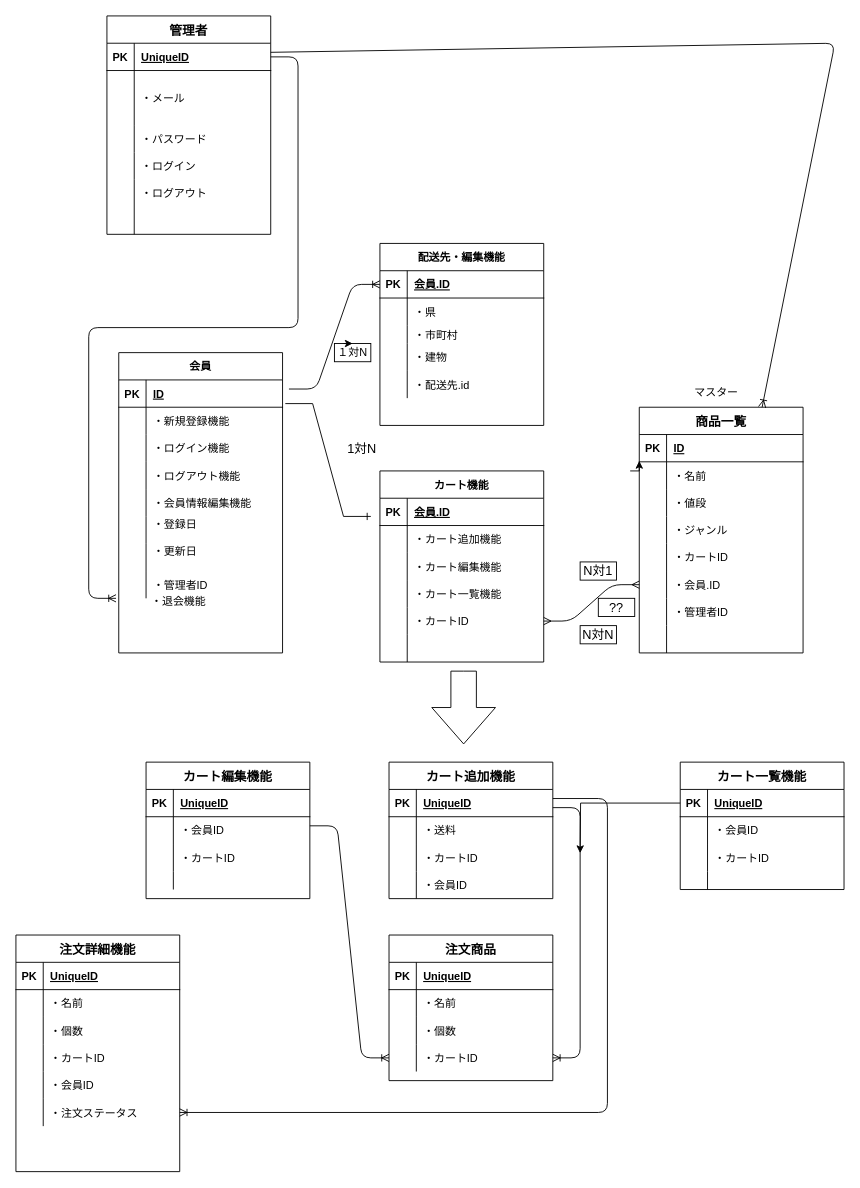
74905/bookers1_debug_app keeps this draw.io diagram as Untitled Diagram.drawio. Above is the earlier version. Source tidied: cells renumbered, new cells numbered last; positions are measured from the earlier drawing's top-left corner, leaving out a move shared by most shapes. Both pictures are drawn from the tidied source at 91%, with x=0, y=0 at pixel (15, 15).
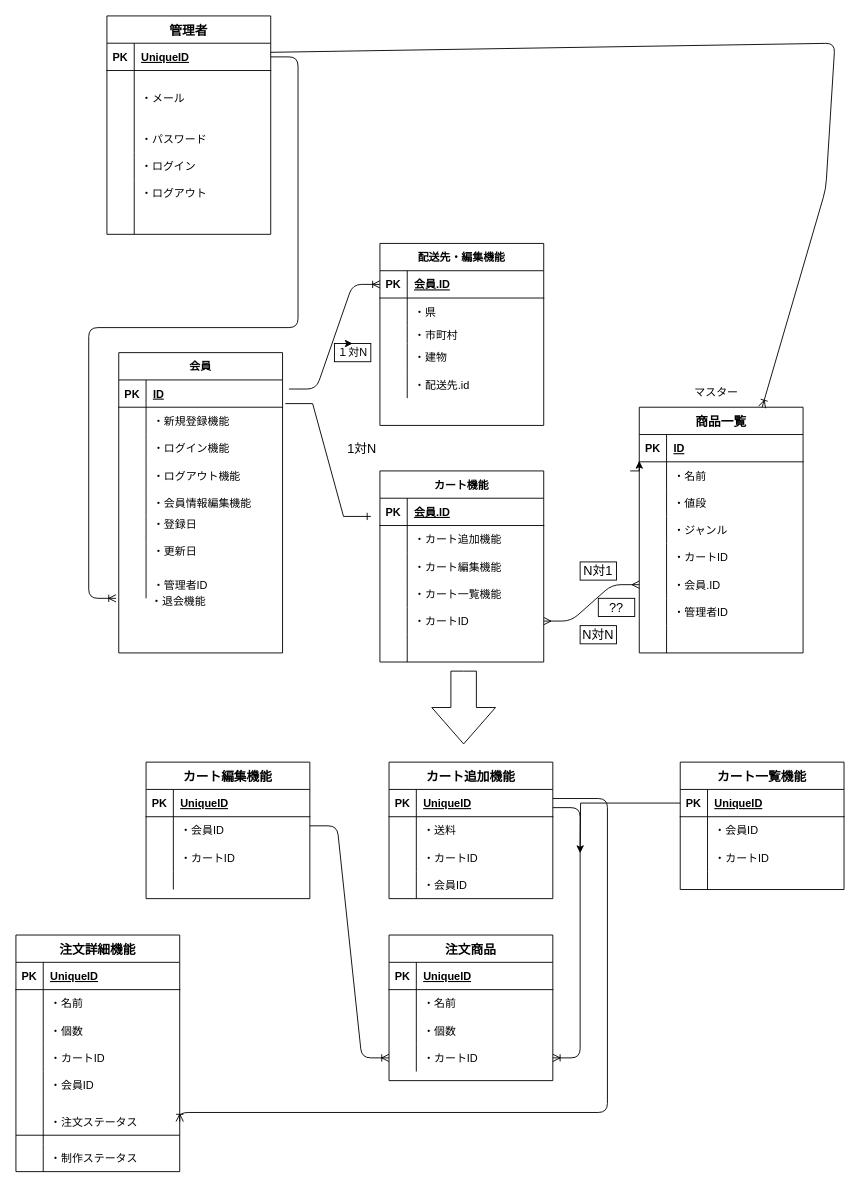
The same page after the edit.

Commit message (it also covers changes not shown here):
Untitled Diagram.drawio を更新します

The change refers to these unchanged cells:
```xml
<mxCell id="67" value="商品一覧" style="shape=table;startSize=30;childLayout=tableLayout;rowLines=0;fontStyle=1;align=center;labelBackgroundColor=none;strokeColor=#000000;strokeWidth=1;fillColor=#ffffff;fontSize=14;" parent="1" vertex="1">
  <mxGeometry x="685" y="430" width="180" height="270" as="geometry" />
</mxCell>
<mxCell id="176" value="注文詳細機能" style="shape=table;startSize=30;childLayout=tableLayout;rowLines=0;fontStyle=1;align=center;labelBackgroundColor=none;strokeColor=#000000;strokeWidth=1;fillColor=#ffffff;fontSize=14;" parent="1" vertex="1">
  <mxGeometry y="1010" width="180" height="260" as="geometry" />
</mxCell>
```

Change to the diagram source:
```diff
@@
     <mxCell id="175" style="fontSize=12;html=1;endArrow=ERoneToMany;entryX=0.75;entryY=0;entryDx=0;entryDy=0;" parent="1" edge="1" target="67">
       <mxGeometry relative="1" as="geometry">
         <mxPoint x="280" y="40" as="sourcePoint" />
         <Array as="points">
           <mxPoint x="900" y="30" />
+          <mxPoint x="890" y="190" />
         </Array>
       </mxGeometry>
     </mxCell>
@@
     <mxCell id="192" style="shape=partialRectangle;fillColor=none;top=0;left=0;bottom=0;right=0;points=[[0,0.5],[1,0.5]];portConstraint=eastwest;labelBackgroundColor=none;strokeColor=#000000;strokeWidth=1;fontSize=14;" parent="176" vertex="1">
-      <mxGeometry y="180" width="180" height="30" as="geometry" />
+      <mxGeometry y="180" width="180" height="50" as="geometry" />
     </mxCell>
     <mxCell id="193" style="shape=partialRectangle;fillColor=none;top=0;left=0;bottom=0;right=0;overflow=hidden;" parent="192" vertex="1">
-      <mxGeometry width="30" height="30" as="geometry" />
+      <mxGeometry width="30" height="50" as="geometry" />
     </mxCell>
     <mxCell id="194" value="・注文ステータス" style="shape=partialRectangle;fillColor=none;top=0;left=0;bottom=0;right=0;align=left;spacingLeft=6;overflow=hidden;" parent="192" vertex="1">
-      <mxGeometry x="30" width="150" height="30" as="geometry" />
+      <mxGeometry x="30" width="150" height="50" as="geometry" />
     </mxCell>
+    <mxCell id="196" style="shape=partialRectangle;fillColor=none;top=0;left=0;bottom=0;right=0;labelBackgroundColor=none;strokeColor=#000000;strokeWidth=1;fontSize=14;" parent="176" vertex="1">
+      <mxGeometry y="230" width="180" height="30" as="geometry" />
+    </mxCell>
+    <mxCell id="197" style="shape=partialRectangle;fillColor=none;top=0;left=0;bottom=0;right=0;overflow=hidden;" parent="196" vertex="1">
+      <mxGeometry width="30" height="30" as="geometry" />
+    </mxCell>
+    <mxCell id="198" value="・制作ステータス" style="shape=partialRectangle;fillColor=none;top=0;left=0;bottom=0;right=0;align=left;spacingLeft=6;overflow=hidden;" parent="196" vertex="1">
+      <mxGeometry x="30" width="150" height="30" as="geometry" />
+    </mxCell>
@@
+    <mxCell id="199" style="endArrow=none;html=1;rounded=0;fontSize=14;" parent="1" edge="1">
+      <mxGeometry relative="1" as="geometry">
+        <mxPoint y="1230" as="sourcePoint" />
+        <mxPoint x="180" y="1230" as="targetPoint" />
+        <Array as="points">
+          <mxPoint x="10" y="1230" />
+        </Array>
+      </mxGeometry>
+    </mxCell>
```
